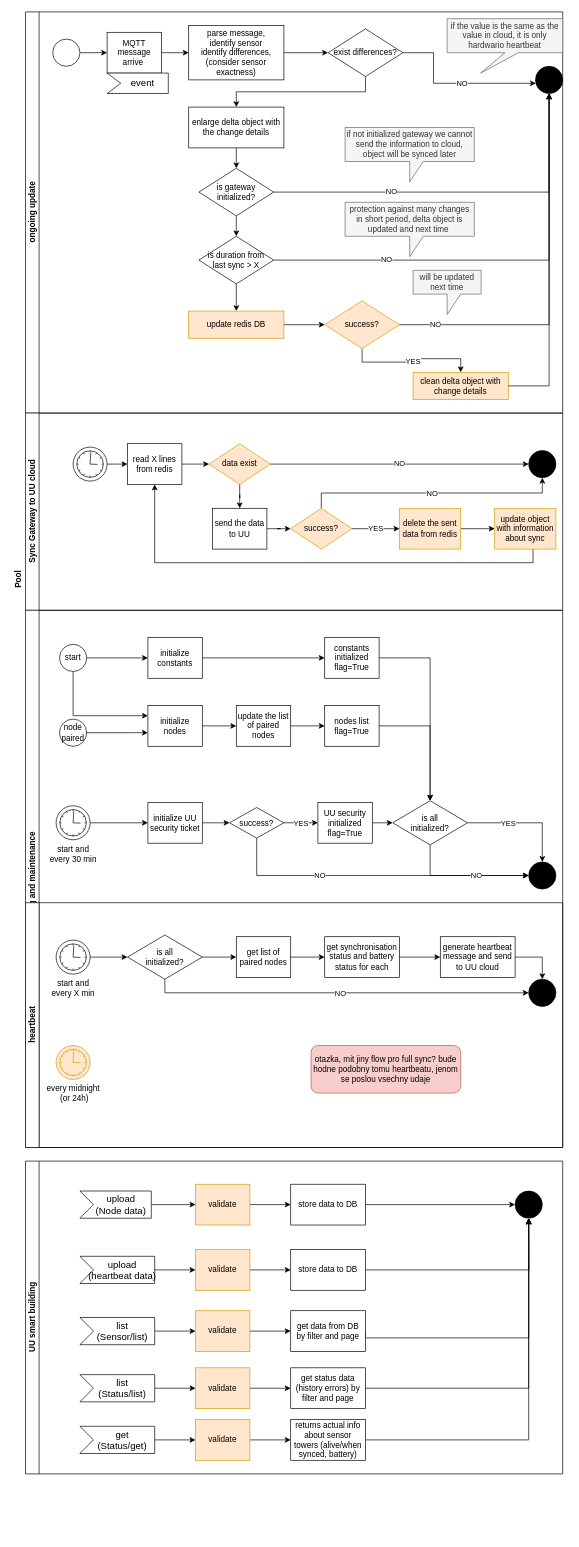
Earlier version of the draw.io diagram MIOT swimlines.drawio (pama78/ucl). Source tidied: cells renumbered, new cells numbered last; positions are measured from the earlier drawing's top-left corner, leaving out a move shared by most shapes. Both pictures are drawn from the tidied source at 68%, with x=0, y=0 at pixel (12, 12).
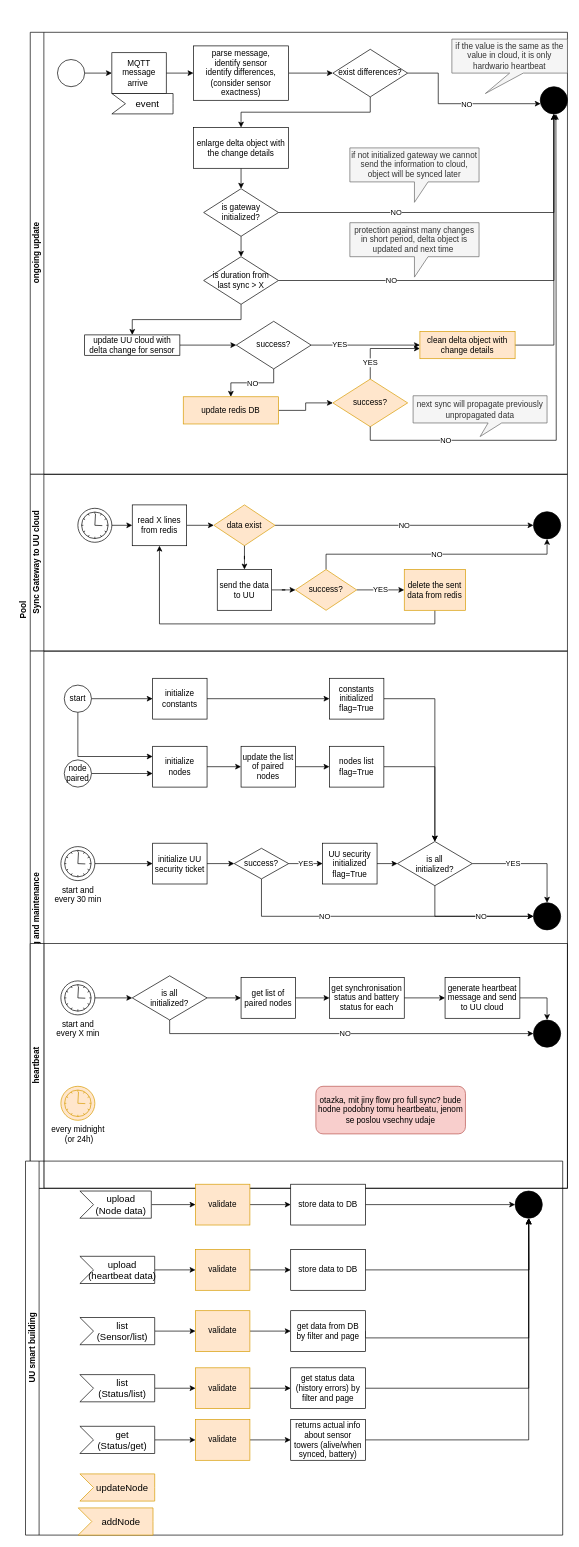
Above is the later version.

Unchanged cells that the change refers to:
```xml
<mxCell id="8" style="ellipse;whiteSpace=wrap;html=1;fillColor=#000000;" parent="3" vertex="1">
  <mxGeometry x="750" y="80" width="40" height="40" as="geometry" />
</mxCell>
<mxCell id="22" value="is duration from &lt;br&gt;last sync &amp;gt; X" style="rhombus;whiteSpace=wrap;html=1;fontFamily=Helvetica;fontSize=12;fontColor=#000000;align=center;" parent="3" vertex="1">
  <mxGeometry x="255" y="330" width="110" height="70" as="geometry" />
</mxCell>
<mxCell id="37" value="read X lines from redis" style="rounded=0;whiteSpace=wrap;html=1;fontFamily=Helvetica;fontSize=12;fontColor=#000000;align=center;" parent="35" vertex="1">
  <mxGeometry x="150" y="45" width="80" height="60" as="geometry" />
</mxCell>
<mxCell id="51" value="delete the sent data from redis" style="rounded=0;whiteSpace=wrap;html=1;fontFamily=Helvetica;fontSize=12;align=center;fillColor=#ffe6cc;strokeColor=#d79b00;" parent="35" vertex="1">
  <mxGeometry x="550" y="140" width="90" height="60" as="geometry" />
</mxCell>
```

Diff of the diagram source:
```diff
@@
     <mxCell id="2" value="Pool" style="swimlane;html=1;horizontal=0;startSize=20;strokeColor=#FFFFFF;" parent="1" vertex="1">
-      <mxGeometry width="810" height="1670" as="geometry" />
+      <mxGeometry x="7" y="30" width="810" height="1700" as="geometry" />
     </mxCell>
     <mxCell id="3" value="ongoing update" style="swimlane;html=1;startSize=20;horizontal=0;" parent="2" vertex="1">
-      <mxGeometry x="20" width="790" height="590" as="geometry" />
+      <mxGeometry x="20" width="790" height="650" as="geometry" />
     </mxCell>
@@
-    <mxCell id="21" style="edgeStyle=orthogonalEdgeStyle;rounded=0;jettySize=auto;html=1;exitX=0.5;exitY=1;exitDx=0;exitDy=0;" parent="3" edge="1" source="22" target="27">
+    <mxCell id="21" style="edgeStyle=orthogonalEdgeStyle;rounded=0;jettySize=auto;html=1;exitX=0.5;exitY=1;exitDx=0;exitDy=0;entryX=0.5;entryY=0;entryDx=0;entryDy=0;" parent="3" edge="1" source="22" target="132">
       <mxGeometry relative="1" as="geometry" />
     </mxCell>
@@
     <mxCell id="27" value="update redis DB" style="rounded=0;whiteSpace=wrap;html=1;fontFamily=Helvetica;fontSize=12;align=center;fillColor=#ffe6cc;strokeColor=#d79b00;" parent="3" vertex="1">
-      <mxGeometry x="240" y="440" width="140" height="40" as="geometry" />
+      <mxGeometry x="225" y="536" width="140" height="40" as="geometry" />
     </mxCell>
     <mxCell id="28" value="YES" style="edgeStyle=orthogonalEdgeStyle;rounded=0;jettySize=auto;html=1;exitX=0.5;exitY=1;exitDx=0;exitDy=0;" parent="3" edge="1" source="29" target="30">
-      <mxGeometry relative="1" as="geometry" />
+      <mxGeometry relative="1" as="geometry">
+        <Array as="points">
+          <mxPoint x="500" y="465" />
+        </Array>
+      </mxGeometry>
     </mxCell>
     <mxCell id="29" value="success?" style="rhombus;whiteSpace=wrap;html=1;fontFamily=Helvetica;fontSize=12;align=center;fillColor=#ffe6cc;strokeColor=#d79b00;" parent="3" vertex="1">
-      <mxGeometry x="440" y="425" width="110" height="70" as="geometry" />
+      <mxGeometry x="445" y="510" width="110" height="70" as="geometry" />
     </mxCell>
+    <mxCell id="34" value="event" style="html=1;shape=mxgraph.infographic.ribbonSimple;notch1=20;notch2=0;align=center;verticalAlign=middle;fontSize=14;fontStyle=0;fillColor=#FFFFFF;flipH=0;spacingRight=0;spacingLeft=14;" parent="3" vertex="1">
+      <mxGeometry x="120" y="90" width="90" height="30" as="geometry" />
+    </mxCell>
+    <mxCell id="131" style="edgeStyle=orthogonalEdgeStyle;rounded=0;jettySize=auto;html=1;exitX=1;exitY=0.5;exitDx=0;exitDy=0;" parent="3" edge="1" source="132" target="134">
+      <mxGeometry relative="1" as="geometry" />
+    </mxCell>
+    <mxCell id="132" value="update UU cloud with delta change for sensor" style="rounded=0;whiteSpace=wrap;html=1;fontFamily=Helvetica;fontSize=12;fontColor=#000000;align=center;" parent="3" vertex="1">
+      <mxGeometry x="80" y="445" width="140" height="30" as="geometry" />
+    </mxCell>
+    <mxCell id="133" value="NO" style="edgeStyle=orthogonalEdgeStyle;rounded=0;jettySize=auto;html=1;exitX=0.5;exitY=1;exitDx=0;exitDy=0;entryX=0.5;entryY=0;entryDx=0;entryDy=0;" parent="3" edge="1" source="134" target="27">
+      <mxGeometry relative="1" as="geometry" />
+    </mxCell>
+    <mxCell id="134" value="success?" style="rhombus;whiteSpace=wrap;html=1;fontFamily=Helvetica;fontSize=12;align=center;" parent="3" vertex="1">
+      <mxGeometry x="303" y="425" width="110" height="70" as="geometry" />
+    </mxCell>
+    <mxCell id="31" style="edgeStyle=orthogonalEdgeStyle;rounded=0;jettySize=auto;html=1;exitX=1;exitY=0.5;exitDx=0;exitDy=0;entryX=0.5;entryY=1;entryDx=0;entryDy=0;" parent="3" edge="1" source="30" target="8">
+      <mxGeometry relative="1" as="geometry" />
+    </mxCell>
     <mxCell id="30" value="clean delta object with change details" style="rounded=0;whiteSpace=wrap;html=1;fontFamily=Helvetica;fontSize=12;align=center;fillColor=#ffe6cc;strokeColor=#d79b00;" parent="3" vertex="1">
-      <mxGeometry x="570" y="530" width="140" height="40" as="geometry" />
+      <mxGeometry x="573" y="440" width="140" height="40" as="geometry" />
     </mxCell>
-    <mxCell id="31" style="edgeStyle=orthogonalEdgeStyle;rounded=0;jettySize=auto;html=1;exitX=1;exitY=0.5;exitDx=0;exitDy=0;entryX=0.5;entryY=1;entryDx=0;entryDy=0;" parent="3" edge="1" source="30" target="8">
-      <mxGeometry relative="1" as="geometry">
-        <Array as="points">
-          <mxPoint x="770" y="550" />
-          <mxPoint x="770" y="125" />
-        </Array>
-      </mxGeometry>
-    </mxCell>
-    <mxCell id="32" value="NO" style="edgeStyle=orthogonalEdgeStyle;rounded=0;jettySize=auto;html=1;exitX=1;exitY=0.5;exitDx=0;exitDy=0;entryX=0.5;entryY=1;entryDx=0;entryDy=0;" parent="3" edge="1" source="29" target="8">
-      <mxGeometry x="-0.81" relative="1" as="geometry">
-        <Array as="points">
-          <mxPoint x="770" y="460" />
-          <mxPoint x="770" y="125" />
-        </Array>
-      </mxGeometry>
-    </mxCell>
-    <mxCell id="33" value="will be updated next time" style="shape=callout;whiteSpace=wrap;html=1;perimeter=calloutPerimeter;fillColor=#f5f5f5;strokeColor=#666666;fontColor=#333333;" parent="3" vertex="1">
-      <mxGeometry x="570" y="380" width="100" height="65" as="geometry" />
-    </mxCell>
-    <mxCell id="34" value="event" style="html=1;shape=mxgraph.infographic.ribbonSimple;notch1=20;notch2=0;align=center;verticalAlign=middle;fontSize=14;fontStyle=0;fillColor=#FFFFFF;flipH=0;spacingRight=0;spacingLeft=14;" parent="3" vertex="1">
-      <mxGeometry x="120" y="90" width="90" height="30" as="geometry" />
-    </mxCell>
+    <mxCell id="135" value="YES" style="edgeStyle=orthogonalEdgeStyle;rounded=0;jettySize=auto;html=1;exitX=1;exitY=0.5;exitDx=0;exitDy=0;" parent="3" edge="1" source="134" target="30">
+      <mxGeometry x="-0.48" relative="1" as="geometry" />
+    </mxCell>
+    <mxCell id="136" value="next sync will propagate previously unpropagated data" style="shape=callout;whiteSpace=wrap;html=1;perimeter=calloutPerimeter;fillColor=#f5f5f5;strokeColor=#666666;fontColor=#333333;size=20;position=0.56;" parent="3" vertex="1">
+      <mxGeometry x="563" y="534.5" width="197" height="60" as="geometry" />
+    </mxCell>
     <mxCell id="35" value="Sync Gateway to UU cloud" style="swimlane;html=1;startSize=20;horizontal=0;" parent="2" vertex="1">
-      <mxGeometry x="20" y="590" width="790" height="290" as="geometry" />
+      <mxGeometry x="20" y="650" width="790" height="260" as="geometry" />
     </mxCell>
@@
-    <mxCell id="49" style="edgeStyle=orthogonalEdgeStyle;rounded=0;jettySize=auto;html=1;exitX=0.627;exitY=0.997;exitDx=0;exitDy=0;entryX=0.5;entryY=1;entryDx=0;entryDy=0;exitPerimeter=0;" parent="35" edge="1" source="52" target="37">
+    <mxCell id="49" style="edgeStyle=orthogonalEdgeStyle;rounded=0;jettySize=auto;html=1;exitX=0.5;exitY=1;exitDx=0;exitDy=0;entryX=0.5;entryY=1;entryDx=0;entryDy=0;" parent="35" edge="1" source="51" target="37">
       <mxGeometry relative="1" as="geometry" />
     </mxCell>
-    <mxCell id="50" style="edgeStyle=orthogonalEdgeStyle;rounded=0;jettySize=auto;html=1;exitX=1;exitY=0.5;exitDx=0;exitDy=0;entryX=0;entryY=0.5;entryDx=0;entryDy=0;" parent="35" edge="1" source="51" target="52">
-      <mxGeometry relative="1" as="geometry" />
-    </mxCell>
@@
-    <mxCell id="52" value="update object with information about sync" style="rounded=0;whiteSpace=wrap;html=1;fontFamily=Helvetica;fontSize=12;align=center;fillColor=#ffe6cc;strokeColor=#d79b00;" parent="35" vertex="1">
-      <mxGeometry x="690" y="140" width="90" height="60" as="geometry" />
-    </mxCell>
     <mxCell id="53" value="config and maintenance" style="swimlane;html=1;startSize=20;horizontal=0;" parent="2" vertex="1">
-      <mxGeometry x="20" y="880" width="790" height="790" as="geometry" />
+      <mxGeometry x="20" y="910" width="790" height="790" as="geometry" />
     </mxCell>
@@
     <mxCell id="99" value="UU smart building" style="swimlane;html=1;startSize=20;horizontal=0;" parent="1" vertex="1">
-      <mxGeometry x="20" y="1690" width="790" height="460" as="geometry" />
+      <mxGeometry x="20" y="1690" width="790" height="550" as="geometry" />
     </mxCell>
@@
+    <mxCell id="137" value="updateNode" style="html=1;shape=mxgraph.infographic.ribbonSimple;notch1=20;notch2=0;align=center;verticalAlign=middle;fontSize=14;fontStyle=0;fillColor=#ffe6cc;flipH=0;spacingRight=0;spacingLeft=14;strokeColor=#d79b00;" parent="99" vertex="1">
+      <mxGeometry x="80" y="460" width="110" height="40" as="geometry" />
+    </mxCell>
+    <mxCell id="138" value="addNode" style="html=1;shape=mxgraph.infographic.ribbonSimple;notch1=20;notch2=0;align=center;verticalAlign=middle;fontSize=14;fontStyle=0;fillColor=#ffe6cc;flipH=0;spacingRight=0;spacingLeft=14;strokeColor=#d79b00;" parent="99" vertex="1">
+      <mxGeometry x="77.5" y="510" width="110" height="40" as="geometry" />
+    </mxCell>
+    <mxCell id="139" value="NO" style="edgeStyle=orthogonalEdgeStyle;rounded=0;jettySize=auto;html=1;exitX=0.5;exitY=1;exitDx=0;exitDy=0;" parent="1" edge="1" source="29">
+      <mxGeometry x="-0.66" relative="1" as="geometry">
+        <mxPoint x="800" y="150" as="targetPoint" />
+      </mxGeometry>
+    </mxCell>
```
